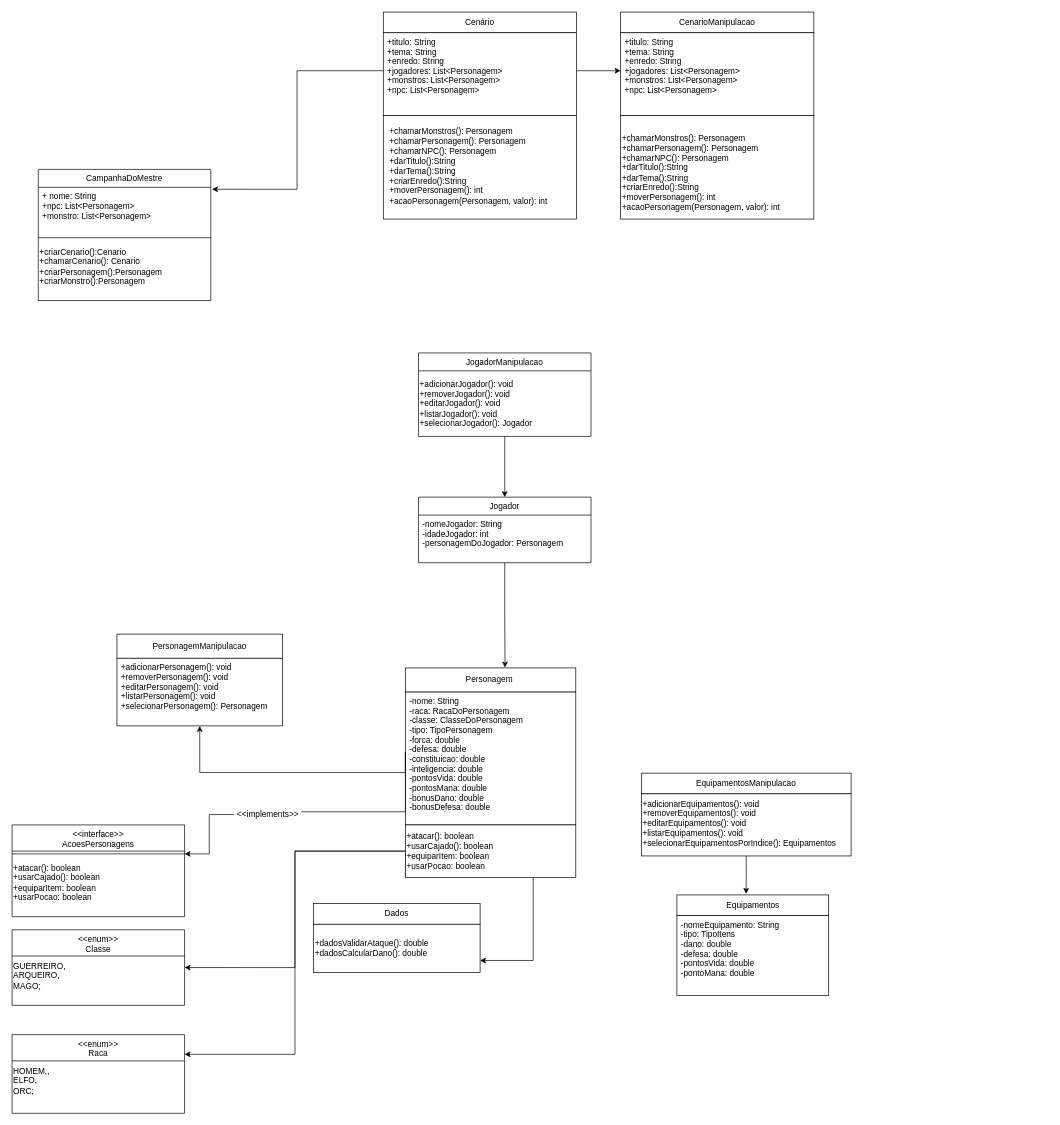
Above: diagrama-trabalho-final-rpg.drawio in MrMoisesNoah/MestresDoRPG-trabalho-programaVemSerDBC (draw.io), before the change. Source tidied: cells renumbered, new cells numbered last; positions are measured from the earlier drawing's top-left corner, leaving out a move shared by most shapes. Both pictures are drawn from the tidied source at 69%, with x=0, y=0 at pixel (12, 12).
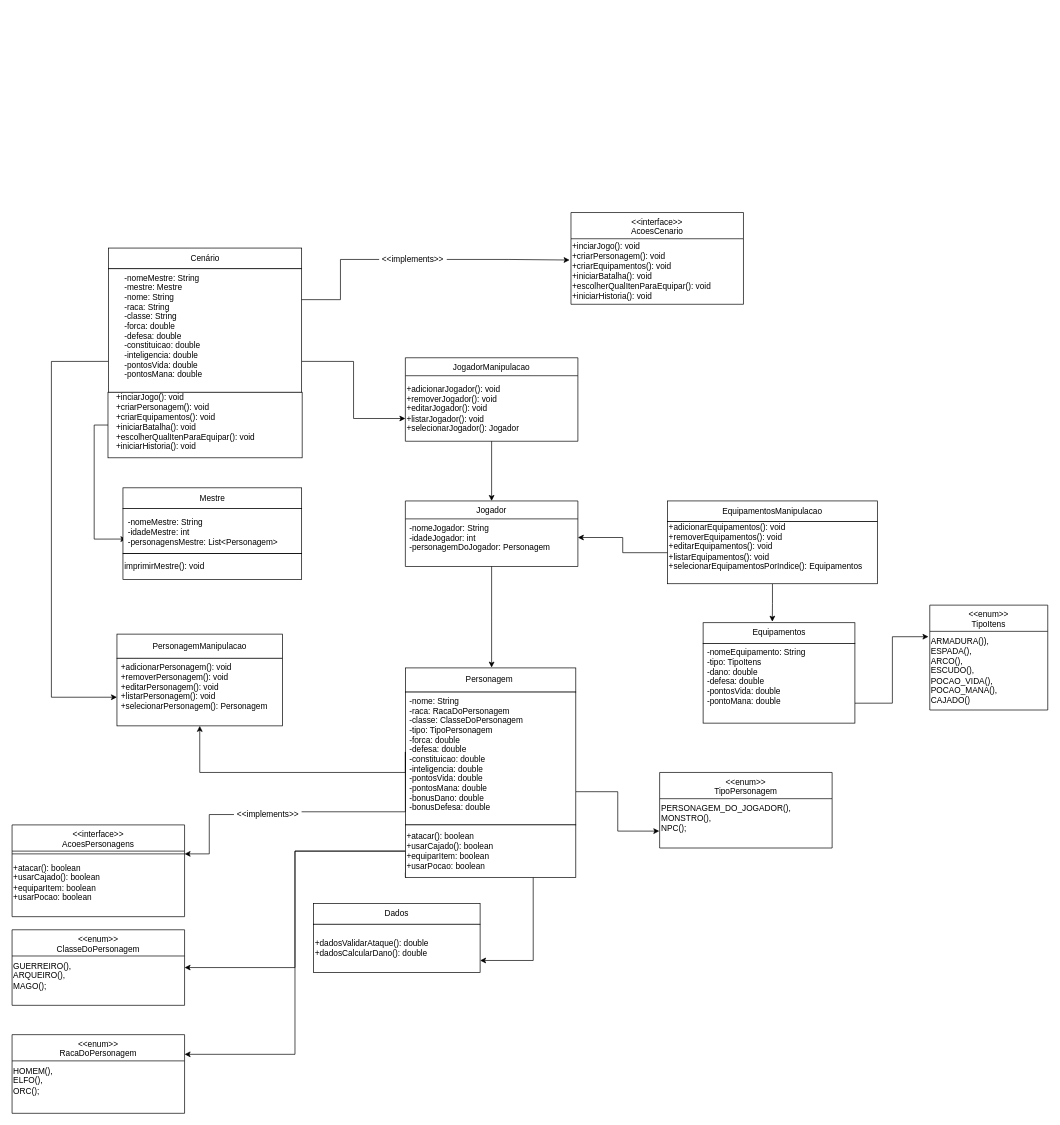
After the change.

The change refers to these unchanged cells:
```xml
<mxCell id="15" style="rounded=0;whiteSpace=wrap;html=1;" parent="1" vertex="1">
  <mxGeometry x="570" y="985.5" width="247" height="192.5" as="geometry" />
</mxCell>
<mxCell id="28" value="-nomeJogador: String&#10;-idadeJogador: int&#10;-personagemDoJogador: Personagem" style="text;align=left;verticalAlign=top;spacingLeft=4;spacingRight=4;overflow=hidden;points=[[0,0.5],[1,0.5]];portConstraint=eastwest;" parent="27" vertex="1">
  <mxGeometry y="26" width="250" height="54" as="geometry" />
</mxCell>
<mxCell id="47" value="+adicionarPersonagem(): void&#10;+removerPersonagem(): void&#10;+editarPersonagem(): void&#10;+listarPersonagem(): void&#10;+selecionarPersonagem(): Personagem" style="text;align=left;verticalAlign=top;spacingLeft=4;spacingRight=4;overflow=hidden;points=[[0,0.5],[1,0.5]];portConstraint=eastwest;" parent="1" vertex="1">
  <mxGeometry x="152" y="936.5" width="240" height="76" as="geometry" />
</mxCell>
<mxCell id="53" value="+adicionarJogador(): void&lt;br&gt;+removerJogador(): void&lt;br&gt;+editarJogador(): void&lt;br&gt;+listarJogador(): void&lt;br&gt;+selecionarJogador(): Jogador" style="text;html=1;align=left;verticalAlign=middle;points=[];strokeColor=none;fillColor=none;fontSize=12;fontFamily=Helvetica;fontColor=default;" parent="52" vertex="1">
  <mxGeometry y="26" width="250" height="95" as="geometry" />
</mxCell>
```

What changed in the source:
```diff
@@
-    <mxCell id="2" value="CampanhaDoMestre" style="swimlane;fontStyle=0;align=center;verticalAlign=top;horizontal=1;startSize=26;rounded=0;shadow=0;strokeWidth=1;" parent="1" vertex="1">
-      <mxGeometry x="38" y="228" width="250" height="190" as="geometry" />
-    </mxCell>
-    <mxCell id="3" value="+ nome: String&#10;+npc: List&lt;Personagem&gt;&#10;+monstro: List&lt;Personagem&gt;" style="text;align=left;verticalAlign=top;spacingLeft=4;spacingRight=4;overflow=hidden;points=[[0,0.5],[1,0.5]];portConstraint=eastwest;" parent="2" vertex="1">
-      <mxGeometry y="26" width="250" height="69" as="geometry" />
-    </mxCell>
-    <mxCell id="4" style="line;html=1;strokeWidth=1;align=left;verticalAlign=middle;spacingTop=-1;spacingLeft=3;spacingRight=3;labelPosition=right;" parent="2" vertex="1">
-      <mxGeometry y="95" width="250" height="8" as="geometry" />
-    </mxCell>
-    <mxCell id="5" value="+criarCenario():Cenario&lt;br&gt;+chamarCenario(): Cenario&lt;br&gt;+criarPersonagem():Personagem&lt;br&gt;+criarMonstro():Personagem" style="text;html=1;align=left;verticalAlign=middle;strokeColor=none;fillColor=none;" parent="2" vertex="1">
-      <mxGeometry y="103" width="250" height="76" as="geometry" />
-    </mxCell>
     <mxCell id="6" value="Cenário" style="rounded=0;whiteSpace=wrap;html=1;" parent="1" vertex="1">
-      <mxGeometry x="538" width="280" height="30" as="geometry" />
+      <mxGeometry x="139.7" y="342" width="280" height="30" as="geometry" />
     </mxCell>
+    <mxCell id="58" style="edgeStyle=orthogonalEdgeStyle;rounded=0;jettySize=auto;html=1;exitX=0;exitY=0.75;exitDx=0;exitDy=0;fontFamily=Helvetica;fontSize=12;fontColor=default;entryX=0;entryY=0.743;entryDx=0;entryDy=0;entryPerimeter=0;" parent="1" edge="1" source="7" target="47">
+      <mxGeometry relative="1" as="geometry">
+        <Array as="points">
+          <mxPoint x="57" y="506" />
+          <mxPoint x="57" y="993" />
+        </Array>
+      </mxGeometry>
+    </mxCell>
+    <mxCell id="59" style="edgeStyle=orthogonalEdgeStyle;rounded=0;jettySize=auto;html=1;exitX=1;exitY=0.75;exitDx=0;exitDy=0;entryX=0;entryY=0.653;entryDx=0;entryDy=0;entryPerimeter=0;fontFamily=Helvetica;fontSize=12;fontColor=default;" parent="1" edge="1" source="7" target="53">
+      <mxGeometry relative="1" as="geometry" />
+    </mxCell>
     <mxCell id="7" style="rounded=0;whiteSpace=wrap;html=1;" parent="1" vertex="1">
-      <mxGeometry x="538" y="30" width="280" height="120" as="geometry" />
+      <mxGeometry x="139.7" y="372" width="280" height="179" as="geometry" />
     </mxCell>
     <mxCell id="8" value="Equipamentos" style="rounded=0;whiteSpace=wrap;html=1;" parent="1" vertex="1">
-      <mxGeometry x="963.5" y="1279.5" width="220" height="30" as="geometry" />
+      <mxGeometry x="1001.5" y="885" width="220" height="30" as="geometry" />
     </mxCell>
@@
+    <mxCell id="60" style="edgeStyle=orthogonalEdgeStyle;rounded=0;jettySize=auto;html=1;exitX=0;exitY=0.5;exitDx=0;exitDy=0;entryX=0;entryY=0.75;entryDx=0;entryDy=0;fontFamily=Helvetica;fontSize=12;fontColor=default;" parent="1" edge="1" source="10" target="69">
+      <mxGeometry relative="1" as="geometry" />
+    </mxCell>
     <mxCell id="10" style="rounded=0;whiteSpace=wrap;html=1;" parent="1" vertex="1">
-      <mxGeometry x="538" y="150" width="280" height="150" as="geometry" />
+      <mxGeometry x="139" y="551" width="281.4" height="95" as="geometry" />
     </mxCell>
+    <mxCell id="61" style="edgeStyle=orthogonalEdgeStyle;rounded=0;jettySize=auto;html=1;exitX=1;exitY=0.75;exitDx=0;exitDy=0;entryX=-0.011;entryY=0.068;entryDx=0;entryDy=0;entryPerimeter=0;fontFamily=Helvetica;fontSize=12;fontColor=default;" parent="1" edge="1" source="11" target="72">
+      <mxGeometry relative="1" as="geometry" />
+    </mxCell>
     <mxCell id="11" style="rounded=0;whiteSpace=wrap;html=1;" parent="1" vertex="1">
-      <mxGeometry x="963.5" y="1309.5" width="220" height="115.5" as="geometry" />
+      <mxGeometry x="1001.5" y="915" width="220" height="115.5" as="geometry" />
     </mxCell>
@@
+    <mxCell id="62" style="edgeStyle=orthogonalEdgeStyle;rounded=0;jettySize=auto;html=1;exitX=1;exitY=0.75;exitDx=0;exitDy=0;entryX=-0.002;entryY=0.825;entryDx=0;entryDy=0;entryPerimeter=0;fontFamily=Helvetica;fontSize=12;fontColor=default;" parent="1" edge="1" source="15" target="74">
+      <mxGeometry relative="1" as="geometry" />
+    </mxCell>
@@
     <mxCell id="19" value="-nomeEquipamento: String&#10;-tipo: TipoItens&#10;-dano: double&#10;-defesa: double&#10;-pontosVida: double&#10;-pontoMana: double" style="text;align=left;verticalAlign=top;spacingLeft=4;spacingRight=4;overflow=hidden;" parent="1" vertex="1">
-      <mxGeometry x="963.5" y="1309.5" width="187" height="134.5" as="geometry" />
+      <mxGeometry x="1001.5" y="915" width="187" height="134.5" as="geometry" />
     </mxCell>
-    <mxCell id="20" style="edgeStyle=orthogonalEdgeStyle;rounded=0;jettySize=auto;html=1;exitX=1;exitY=0.5;exitDx=0;exitDy=0;entryX=0;entryY=0.5;entryDx=0;entryDy=0;" parent="1" edge="1" source="22" target="41">
-      <mxGeometry relative="1" as="geometry" />
-    </mxCell>
-    <mxCell id="21" style="edgeStyle=orthogonalEdgeStyle;rounded=0;jettySize=auto;html=1;exitX=0;exitY=0.5;exitDx=0;exitDy=0;entryX=1.007;entryY=0.041;entryDx=0;entryDy=0;entryPerimeter=0;" parent="1" edge="1" source="22" target="3">
-      <mxGeometry relative="1" as="geometry" />
-    </mxCell>
-    <mxCell id="22" value="+titulo: String&#10;+tema: String&#10;+enredo: String&#10;+jogadores: List&lt;Personagem&gt;&#10;+monstros: List&lt;Personagem&gt;&#10;+npc: List&lt;Personagem&gt;&#10;" style="text;align=left;verticalAlign=top;spacingLeft=4;spacingRight=4;overflow=hidden;points=[[0,0.5],[1,0.5]];portConstraint=eastwest;" parent="1" vertex="1">
-      <mxGeometry x="538" y="30" width="280" height="110" as="geometry" />
+    <mxCell id="22" value="-nomeMestre: String&#10;-mestre: Mestre&#10;-nome: String&#10;-raca: String&#10;-classe: String&#10;-forca: double&#10;-defesa: double&#10;-constituicao: double&#10;-inteligencia: double&#10;-pontosVida: double&#10;-pontosMana: double" style="text;align=left;verticalAlign=top;spacingLeft=4;spacingRight=4;overflow=hidden;points=[[0,0.5],[1,0.5]];portConstraint=eastwest;" parent="1" vertex="1">
+      <mxGeometry x="157" y="372" width="166" height="174" as="geometry" />
     </mxCell>
-    <mxCell id="23" value="&lt;br&gt;+chamarMonstros(): Personagem&lt;br&gt;+chamarPersonagem(): Personagem&lt;br&gt;+chamarNPC(): Personagem&lt;br&gt;+darTitulo():String&lt;br&gt;+darTema():String&lt;br&gt;+criarEnredo():String&lt;br&gt;+moverPersonagem(): int&lt;br&gt;+acaoPersonagem(Personagem, valor): int" style="text;html=1;align=left;verticalAlign=middle;strokeColor=none;fillColor=none;" parent="1" vertex="1">
-      <mxGeometry x="545" y="140" width="266" height="152" as="geometry" />
-    </mxCell>
@@
-    <mxCell id="26" style="edgeStyle=orthogonalEdgeStyle;rounded=0;jettySize=auto;html=1;exitX=0.5;exitY=1;exitDx=0;exitDy=0;" parent="1" edge="1" source="27">
-      <mxGeometry relative="1" as="geometry">
-        <mxPoint x="714.4" y="950" as="targetPoint" />
-      </mxGeometry>
-    </mxCell>
+    <mxCell id="63" style="edgeStyle=orthogonalEdgeStyle;rounded=0;jettySize=auto;html=1;exitX=0.5;exitY=1;exitDx=0;exitDy=0;fontFamily=Helvetica;fontSize=12;fontColor=default;" parent="1" edge="1" source="27">
+      <mxGeometry relative="1" as="geometry">
+        <mxPoint x="695" y="950" as="targetPoint" />
+      </mxGeometry>
+    </mxCell>
     <mxCell id="27" value="Jogador&#10;" style="swimlane;fontStyle=0;align=center;verticalAlign=top;horizontal=1;startSize=26;rounded=0;shadow=0;strokeWidth=1;" parent="1" vertex="1">
-      <mxGeometry x="589" y="703" width="250" height="95" as="geometry" />
+      <mxGeometry x="570" y="708.5" width="250" height="95" as="geometry" />
     </mxCell>
@@
-    <mxCell id="34" value="&lt;&lt;enum&gt;&gt;&#10;Classe" style="swimlane;fontStyle=0;align=center;verticalAlign=top;horizontal=1;startSize=38;rounded=0;shadow=0;strokeWidth=1;" parent="1" vertex="1">
+    <mxCell id="34" value="&lt;&lt;enum&gt;&gt;&#10;ClasseDoPersonagem" style="swimlane;fontStyle=0;align=center;verticalAlign=top;horizontal=1;startSize=38;rounded=0;shadow=0;strokeWidth=1;" parent="1" vertex="1">
       <mxGeometry y="1330" width="250" height="109.5" as="geometry" />
     </mxCell>
-    <mxCell id="35" value="GUERREIRO,&lt;br&gt;ARQUEIRO,&lt;br&gt;MAGO;" style="text;html=1;align=left;verticalAlign=middle;strokeColor=none;fillColor=none;" parent="34" vertex="1">
+    <mxCell id="35" value="GUERREIRO(),&lt;br&gt;ARQUEIRO(),&lt;br&gt;MAGO();" style="text;html=1;align=left;verticalAlign=middle;strokeColor=none;fillColor=none;" parent="34" vertex="1">
       <mxGeometry y="38" width="250" height="57" as="geometry" />
     </mxCell>
-    <mxCell id="36" value="&lt;&lt;enum&gt;&gt;&#10;Raca" style="swimlane;fontStyle=0;align=center;verticalAlign=top;horizontal=1;startSize=38;rounded=0;shadow=0;strokeWidth=1;" parent="1" vertex="1">
+    <mxCell id="36" value="&lt;&lt;enum&gt;&gt;&#10;RacaDoPersonagem" style="swimlane;fontStyle=0;align=center;verticalAlign=top;horizontal=1;startSize=38;rounded=0;shadow=0;strokeWidth=1;" parent="1" vertex="1">
       <mxGeometry y="1482" width="250" height="114" as="geometry" />
     </mxCell>
-    <mxCell id="37" value="&lt;span style=&quot;background-color: initial;&quot;&gt;HOMEM,,&lt;/span&gt;&lt;br&gt;&lt;span style=&quot;background-color: initial;&quot;&gt;ELFO,&lt;/span&gt;&lt;br&gt;&lt;span style=&quot;background-color: initial;&quot;&gt;ORC;&lt;/span&gt;" style="text;html=1;align=left;verticalAlign=middle;strokeColor=none;fillColor=none;" parent="36" vertex="1">
+    <mxCell id="37" value="&lt;span style=&quot;background-color: initial;&quot;&gt;HOMEM(),&lt;/span&gt;&lt;br&gt;&lt;span style=&quot;background-color: initial;&quot;&gt;ELFO(),&lt;/span&gt;&lt;br&gt;&lt;span style=&quot;background-color: initial;&quot;&gt;ORC();&lt;/span&gt;" style="text;html=1;align=left;verticalAlign=middle;strokeColor=none;fillColor=none;" parent="36" vertex="1">
       <mxGeometry y="38" width="250" height="57" as="geometry" />
     </mxCell>
-    <mxCell id="38" value="CenarioManipulacao" style="rounded=0;whiteSpace=wrap;html=1;" parent="1" vertex="1">
-      <mxGeometry x="882" width="280" height="30" as="geometry" />
-    </mxCell>
-    <mxCell id="39" style="rounded=0;whiteSpace=wrap;html=1;" parent="1" vertex="1">
-      <mxGeometry x="882" y="30" width="280" height="120" as="geometry" />
-    </mxCell>
-    <mxCell id="40" style="rounded=0;whiteSpace=wrap;html=1;" parent="1" vertex="1">
-      <mxGeometry x="882" y="150" width="280" height="150" as="geometry" />
-    </mxCell>
-    <mxCell id="41" value="+titulo: String&#10;+tema: String&#10;+enredo: String&#10;+jogadores: List&lt;Personagem&gt;&#10;+monstros: List&lt;Personagem&gt;&#10;+npc: List&lt;Personagem&gt;&#10;" style="text;align=left;verticalAlign=top;spacingLeft=4;spacingRight=4;overflow=hidden;points=[[0,0.5],[1,0.5]];portConstraint=eastwest;" parent="1" vertex="1">
-      <mxGeometry x="882" y="30" width="280" height="110" as="geometry" />
-    </mxCell>
-    <mxCell id="42" value="&lt;br&gt;+chamarMonstros(): Personagem&lt;br&gt;+chamarPersonagem(): Personagem&lt;br&gt;+chamarNPC(): Personagem&lt;br&gt;+darTitulo():String&lt;br&gt;+darTema():String&lt;br&gt;+criarEnredo():String&lt;br&gt;+moverPersonagem(): int&lt;br&gt;+acaoPersonagem(Personagem, valor): int" style="text;html=1;align=left;verticalAlign=middle;strokeColor=none;fillColor=none;" parent="1" vertex="1">
-      <mxGeometry x="882" y="150" width="266" height="152" as="geometry" />
-    </mxCell>
@@
     <mxCell id="48" value="EquipamentosManipulacao" style="rounded=0;whiteSpace=wrap;html=1;" parent="1" vertex="1">
-      <mxGeometry x="912" y="1103" width="304" height="30" as="geometry" />
+      <mxGeometry x="950" y="708.5" width="304" height="30" as="geometry" />
     </mxCell>
@@
+    <mxCell id="64" style="edgeStyle=orthogonalEdgeStyle;rounded=0;jettySize=auto;html=1;exitX=0;exitY=0.5;exitDx=0;exitDy=0;entryX=1;entryY=0.5;entryDx=0;entryDy=0;fontFamily=Helvetica;fontSize=12;fontColor=default;" parent="1" edge="1" source="50" target="28">
+      <mxGeometry relative="1" as="geometry" />
+    </mxCell>
     <mxCell id="50" style="rounded=0;whiteSpace=wrap;html=1;" parent="1" vertex="1">
-      <mxGeometry x="912" y="1133" width="304" height="90" as="geometry" />
+      <mxGeometry x="950" y="738.5" width="304" height="90" as="geometry" />
     </mxCell>
@@
     <mxCell id="52" value="JogadorManipulacao&#10;" style="swimlane;fontStyle=0;align=center;verticalAlign=top;horizontal=1;startSize=26;rounded=0;shadow=0;strokeWidth=1;" parent="1" vertex="1">
-      <mxGeometry x="589" y="494" width="250" height="121" as="geometry" />
+      <mxGeometry x="570" y="501" width="250" height="121" as="geometry" />
     </mxCell>
@@
     <mxCell id="57" value="+adicionarEquipamentos(): void&lt;br&gt;+removerEquipamentos(): void&lt;br&gt;+editarEquipamentos(): void&lt;br&gt;+listarEquipamentos(): void&lt;br&gt;+selecionarEquipamentosPorIndice(): Equipamentos" style="text;html=1;align=left;verticalAlign=middle;strokeColor=none;fillColor=none;fontSize=12;fontFamily=Helvetica;fontColor=default;" parent="1" vertex="1">
-      <mxGeometry x="912" y="1128" width="323" height="95" as="geometry" />
+      <mxGeometry x="950" y="727.5" width="323" height="95" as="geometry" />
     </mxCell>
+    <mxCell id="65" value="+inciarJogo(): void&lt;br&gt;+criarPersonagem(): void&lt;br&gt;+criarEquipamentos(): void&lt;br&gt;+iniciarBatalha(): void&lt;br&gt;+escolherQualItenParaEquipar(): void&lt;br&gt;+iniciarHistoria(): void" style="text;html=1;align=left;verticalAlign=middle;strokeColor=none;fillColor=none;fontSize=12;fontFamily=Helvetica;fontColor=default;" parent="1" vertex="1">
+      <mxGeometry x="148.5" y="546" width="247" height="95" as="geometry" />
+    </mxCell>
+    <mxCell id="66" value="Mestre" style="rounded=0;whiteSpace=wrap;html=1;" parent="1" vertex="1">
+      <mxGeometry x="160.7" y="689.5" width="259" height="30" as="geometry" />
+    </mxCell>
+    <mxCell id="67" style="rounded=0;whiteSpace=wrap;html=1;align=left;" parent="1" vertex="1">
+      <mxGeometry x="160.7" y="719.5" width="259" height="65" as="geometry" />
+    </mxCell>
+    <mxCell id="68" style="edgeStyle=orthogonalEdgeStyle;rounded=0;orthogonalLoop=1;jettySize=auto;html=1;exitX=0.5;exitY=1;exitDx=0;exitDy=0;" parent="1" edge="1">
+      <mxGeometry relative="1" as="geometry">
+        <mxPoint x="168.7" y="697.5" as="sourcePoint" />
+        <mxPoint x="168.7" y="697.5" as="targetPoint" />
+      </mxGeometry>
+    </mxCell>
+    <mxCell id="69" value="-nomeMestre: String&lt;br&gt;-idadeMestre: int&lt;br&gt;-personagensMestre: List&amp;lt;Personagem&amp;gt;" style="text;html=1;strokeColor=none;fillColor=none;align=left;verticalAlign=middle;whiteSpace=wrap;rounded=0;fontFamily=Helvetica;fontSize=12;fontColor=default;" parent="1" vertex="1">
+      <mxGeometry x="165.7" y="733" width="235" height="41" as="geometry" />
+    </mxCell>
+    <mxCell id="70" value="imprimirMestre(): void" style="rounded=0;whiteSpace=wrap;html=1;fontFamily=Helvetica;fontSize=12;fontColor=default;fillColor=none;gradientColor=none;align=left;" parent="1" vertex="1">
+      <mxGeometry x="160.7" y="784.5" width="259" height="38" as="geometry" />
+    </mxCell>
+    <mxCell id="71" value="&lt;&lt;enum&gt;&gt;&#10;TipoItens" style="swimlane;fontStyle=0;align=center;verticalAlign=top;horizontal=1;startSize=38;rounded=0;shadow=0;strokeWidth=1;" parent="1" vertex="1">
+      <mxGeometry x="1330" y="859.5" width="171" height="152" as="geometry" />
+    </mxCell>
+    <mxCell id="72" value="ARMADURA()),&lt;br&gt;ESPADA(),&lt;br&gt;ARCO(),&lt;br&gt;ESCUDO(),&lt;br&gt;POCAO_VIDA(),&lt;br&gt;POCAO_MANA(),&lt;br&gt;CAJADO()" style="text;html=1;align=left;verticalAlign=middle;points=[];strokeColor=none;fillColor=none;fontSize=12;fontFamily=Helvetica;fontColor=default;" parent="71" vertex="1">
+      <mxGeometry y="38" width="171" height="114" as="geometry" />
+    </mxCell>
+    <mxCell id="73" value="&lt;&lt;enum&gt;&gt;&#10;TipoPersonagem" style="swimlane;fontStyle=0;align=center;verticalAlign=top;horizontal=1;startSize=38;rounded=0;shadow=0;strokeWidth=1;" parent="1" vertex="1">
+      <mxGeometry x="938.5" y="1102" width="250" height="109.5" as="geometry" />
+    </mxCell>
+    <mxCell id="74" value="PERSONAGEM_DO_JOGADOR(),&lt;br&gt;MONSTRO(),&lt;br&gt;NPC();" style="text;html=1;align=left;verticalAlign=middle;points=[];strokeColor=none;fillColor=none;" parent="73" vertex="1">
+      <mxGeometry y="38" width="250" height="57" as="geometry" />
+    </mxCell>
+    <mxCell id="75" value="&lt;&lt;interface&gt;&gt;&#10;AcoesCenario" style="swimlane;fontStyle=0;align=center;verticalAlign=top;horizontal=1;startSize=38;rounded=0;shadow=0;strokeWidth=1;" parent="1" vertex="1">
+      <mxGeometry x="810" y="290.5" width="250" height="133" as="geometry" />
+    </mxCell>
+    <mxCell id="76" value="+inciarJogo(): void&lt;br&gt;+criarPersonagem(): void&lt;br&gt;+criarEquipamentos(): void&lt;br&gt;+iniciarBatalha(): void&lt;br&gt;+escolherQualItenParaEquipar(): void&lt;br&gt;+iniciarHistoria(): void" style="text;html=1;align=left;verticalAlign=middle;points=[];strokeColor=none;fillColor=none;fontSize=12;fontFamily=Helvetica;fontColor=default;" parent="75" vertex="1">
+      <mxGeometry y="38" width="250" height="95" as="geometry" />
+    </mxCell>
+    <mxCell id="77" style="edgeStyle=orthogonalEdgeStyle;rounded=0;orthogonalLoop=1;jettySize=auto;html=1;exitX=1;exitY=0.5;exitDx=0;exitDy=0;fontFamily=Helvetica;fontSize=12;fontColor=default;" parent="1" edge="1" source="22" target="22">
+      <mxGeometry relative="1" as="geometry" />
+    </mxCell>
+    <mxCell id="78" style="edgeStyle=orthogonalEdgeStyle;rounded=0;jettySize=auto;html=1;exitX=1;exitY=0.5;exitDx=0;exitDy=0;entryX=-0.008;entryY=0.325;entryDx=0;entryDy=0;entryPerimeter=0;fontFamily=Helvetica;fontSize=12;fontColor=default;" parent="1" edge="1" source="79" target="76">
+      <mxGeometry relative="1" as="geometry" />
+    </mxCell>
+    <mxCell id="79" value="&amp;lt;&amp;lt;implements&amp;gt;&amp;gt;" style="text;html=1;strokeColor=none;fillColor=none;align=center;verticalAlign=middle;whiteSpace=wrap;rounded=0;" parent="1" vertex="1">
+      <mxGeometry x="532" y="345" width="98" height="27" as="geometry" />
+    </mxCell>
+    <mxCell id="80" style="edgeStyle=orthogonalEdgeStyle;rounded=0;jettySize=auto;html=1;exitX=1;exitY=0.25;exitDx=0;exitDy=0;entryX=0;entryY=0.5;entryDx=0;entryDy=0;fontFamily=Helvetica;fontSize=12;fontColor=default;endArrow=none;" parent="1" edge="1" source="7" target="79">
+      <mxGeometry relative="1" as="geometry" />
+    </mxCell>
```
